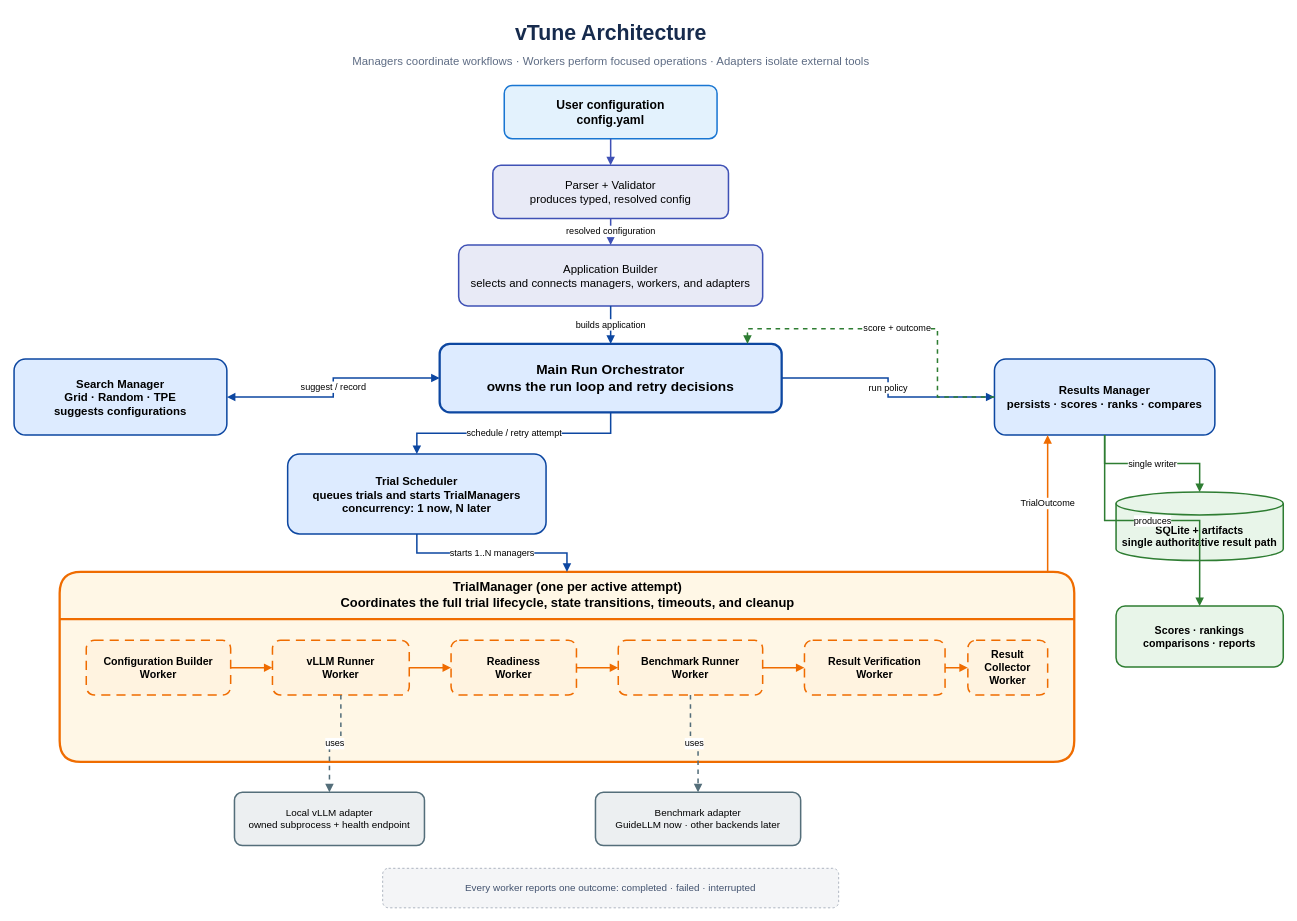
Earlier version of the draw.io diagram docs/vtune-architecture.drawio (brtydse100/vTune). Source tidied: cells renumbered, new cells numbered last; positions are measured from the earlier drawing's top-left corner, leaving out a move shared by most shapes. Both pictures are drawn from the tidied source at 76%, with x=0, y=0 at pixel (14, 13).
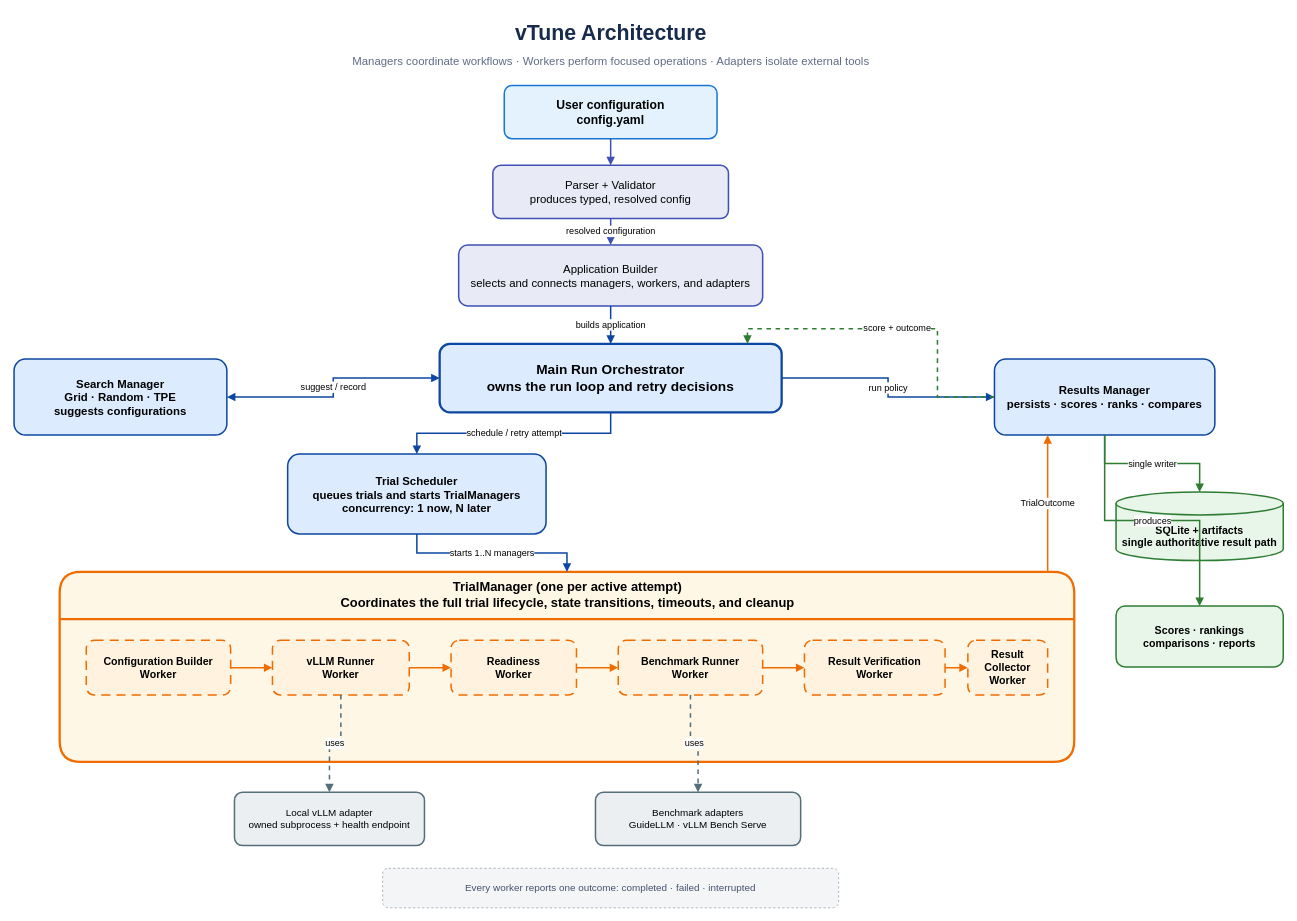
After the change.

Diff of the diagram source:
```diff
@@
-    <mxCell id="19" value="Benchmark adapter&#10;GuideLLM now · other backends later" style="rounded=1;whiteSpace=wrap;html=1;fillColor=#ECEFF1;strokeColor=#546E7A;strokeWidth=2;fontSize=13;" parent="1" vertex="1">
+    <mxCell id="19" value="Benchmark adapters&#10;GuideLLM · vLLM Bench Serve" style="rounded=1;whiteSpace=wrap;html=1;fillColor=#ECEFF1;strokeColor=#546E7A;strokeWidth=2;fontSize=13;" parent="1" vertex="1">
       <mxGeometry x="765" y="1025" width="270" height="70" as="geometry" />
     </mxCell>
```
